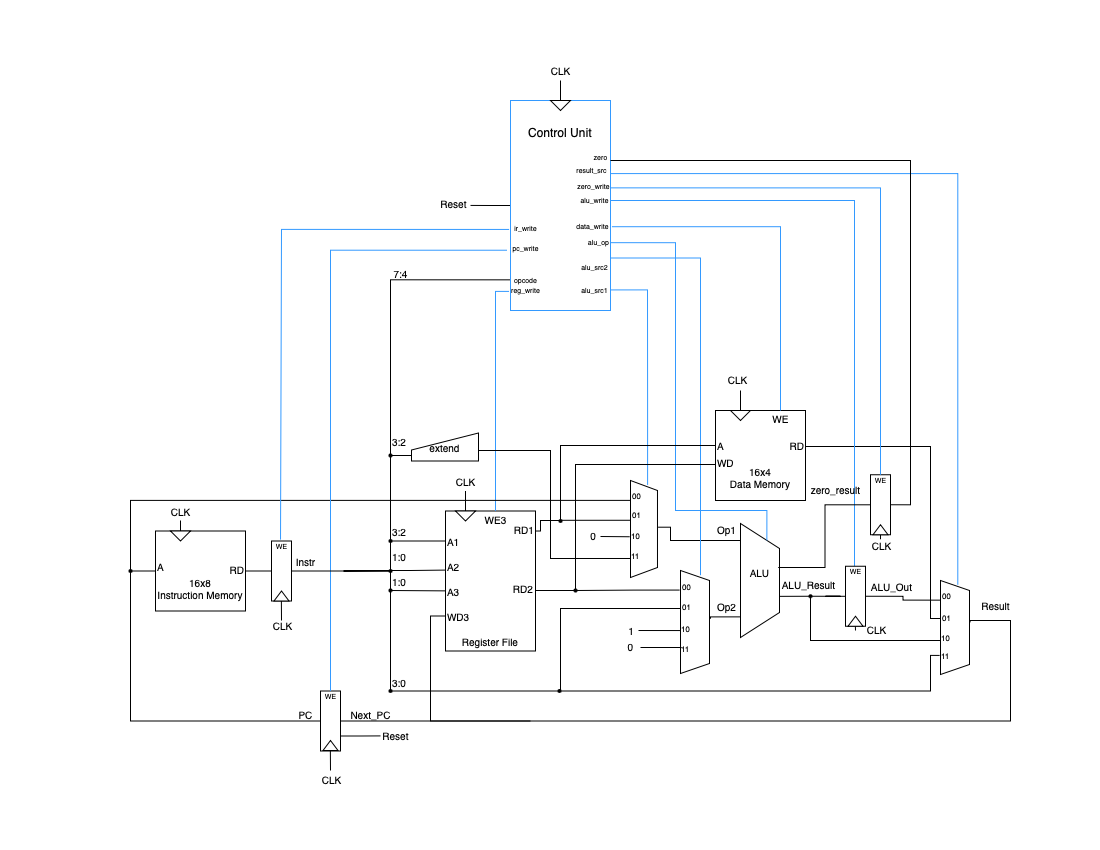
Before: doc/cpu_block.png, a diagram exported from draw.io (mykhani/system-verilog-processor-design). Source tidied: cells renumbered, new cells last; positions are measured from the earlier drawing's top-left corner, leaving out a move shared by most shapes.
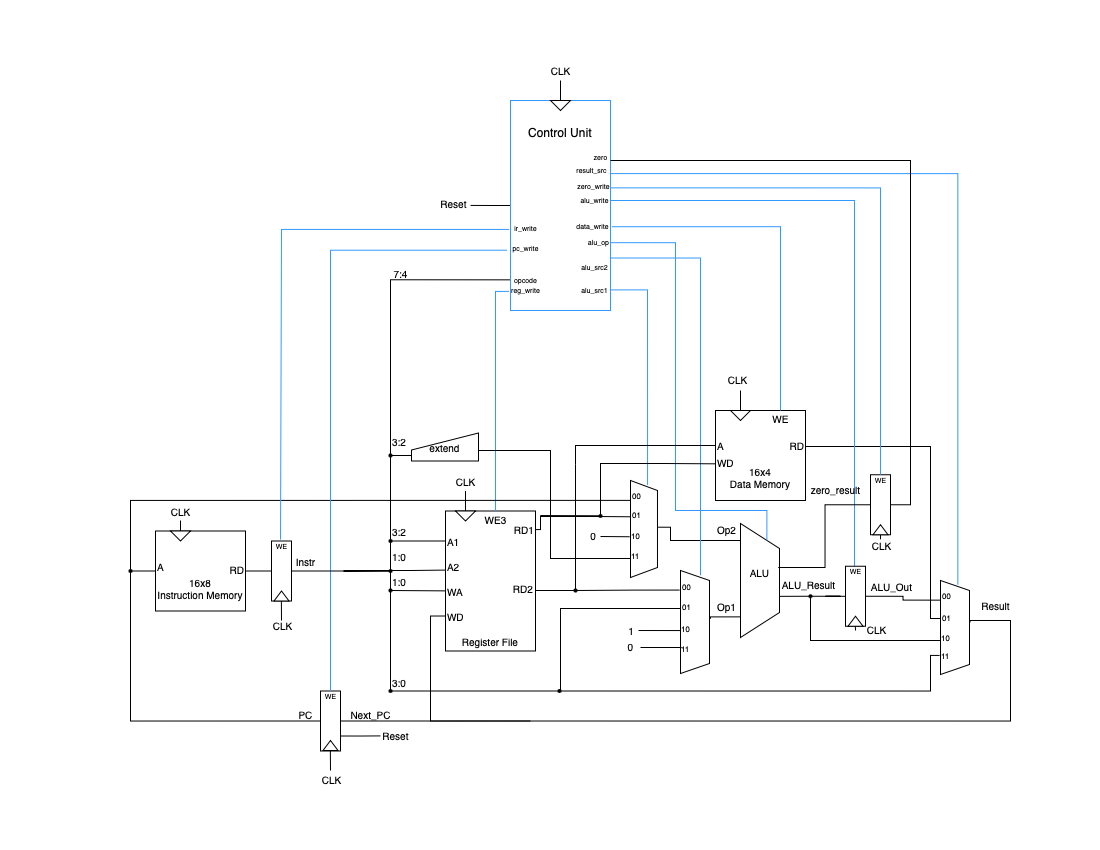
The same file after the commit.

Change to the diagram source:
```diff
@@ -59,7 +59,7 @@
         <mxPoint x="270" y="540.5" as="targetPoint" />
       </mxGeometry>
     </mxCell>
-    <mxCell id="17" value="&lt;font style=&quot;font-size: 10px;&quot;&gt;A3&lt;/font&gt;" style="text;html=1;align=left;verticalAlign=middle;points=[];strokeColor=none;fillColor=none;fontSize=10;spacingBottom=0;" parent="1" vertex="1">
+    <mxCell id="17" value="&lt;font style=&quot;font-size: 10px;&quot;&gt;WA&lt;/font&gt;" style="text;html=1;align=left;verticalAlign=middle;points=[];strokeColor=none;fillColor=none;fontSize=10;spacingBottom=0;" parent="1" vertex="1">
       <mxGeometry x="325" y="530.5" width="40" height="20" as="geometry" />
     </mxCell>
     <mxCell id="18" value="&lt;font style=&quot;font-size: 10px;&quot;&gt;RD2&lt;/font&gt;" style="text;html=1;align=right;verticalAlign=middle;strokeColor=none;fillColor=none;fontSize=10;spacingBottom=0;" parent="1" vertex="1">
@@ -76,8 +76,8 @@
     <mxCell id="21" value="RD1" style="text;html=1;align=right;verticalAlign=middle;points=[];strokeColor=none;fillColor=none;fontSize=10;spacingBottom=0;spacingLeft=0;spacing=2;" parent="1" vertex="1">
       <mxGeometry x="375" y="469" width="40" height="20" as="geometry" />
     </mxCell>
-    <mxCell id="22" value="&lt;font style=&quot;font-size: 10px;&quot;&gt;WD3&lt;/font&gt;" style="text;html=1;align=left;verticalAlign=middle;strokeColor=none;fillColor=none;fontSize=10;spacingBottom=0;" parent="1" vertex="1">
-      <mxGeometry x="325" y="555.5" width="50" height="20" as="geometry" />
+    <mxCell id="22" value="&lt;font style=&quot;font-size: 10px;&quot;&gt;WD&lt;/font&gt;" style="text;html=1;align=left;verticalAlign=middle;strokeColor=none;fillColor=none;fontSize=10;spacingBottom=0;" parent="1" vertex="1">
+      <mxGeometry x="325" y="555.5" width="40" height="20" as="geometry" />
     </mxCell>
     <mxCell id="23" style="triangle;whiteSpace=wrap;html=1;rotation=90;" parent="1" vertex="1">
       <mxGeometry x="340" y="455.5" width="10" height="20" as="geometry" />
@@ -118,14 +118,13 @@
     <mxCell id="33" value="ALU_Result" style="text;html=1;align=center;verticalAlign=middle;strokeColor=none;fillColor=none;fontSize=10;spacing=0;spacingLeft=-9;" parent="29" vertex="1">
       <mxGeometry x="42" y="51" width="60" height="20" as="geometry" />
     </mxCell>
-    <mxCell id="34" value="&lt;font style=&quot;font-size: 10px;&quot;&gt;Op1&lt;/font&gt;" style="text;html=1;align=center;verticalAlign=bottom;strokeColor=none;fillColor=none;spacingBottom=0;fontSize=10;spacing=0;spacingTop=-3;spacingLeft=-4;spacingRight=-6;" parent="1" vertex="1">
+    <mxCell id="34" value="&lt;font style=&quot;font-size: 10px;&quot;&gt;Op2&lt;/font&gt;" style="text;html=1;align=center;verticalAlign=bottom;strokeColor=none;fillColor=none;spacingBottom=0;fontSize=10;spacing=0;spacingTop=-3;spacingLeft=-4;spacingRight=-6;" parent="1" vertex="1">
       <mxGeometry x="595" y="475.5" width="20" height="10" as="geometry" />
     </mxCell>
-    <mxCell id="35" style="edgeStyle=orthogonalEdgeStyle;rounded=0;jettySize=auto;html=1;endArrow=none;endFill=0;entryX=0.41;entryY=1.004;entryDx=0;entryDy=0;entryPerimeter=0;exitX=0.487;exitY=-0.01;exitDx=0;exitDy=0;exitPerimeter=0;" parent="1" edge="1" source="153" target="105">
+    <mxCell id="35" style="edgeStyle=orthogonalEdgeStyle;rounded=0;jettySize=auto;html=1;endArrow=none;endFill=0;entryX=0.374;entryY=1.004;entryDx=0;entryDy=0;entryPerimeter=0;exitDx=0;exitDy=0;exitPerimeter=0;" parent="1" edge="1" source="170" target="105">
       <mxGeometry relative="1" as="geometry">
         <Array as="points">
-          <mxPoint x="440" y="470" />
-          <mxPoint x="510" y="470" />
+          <mxPoint x="420" y="466" />
         </Array>
       </mxGeometry>
     </mxCell>
@@ -231,7 +230,7 @@
         </Array>
       </mxGeometry>
     </mxCell>
-    <mxCell id="58" value="&lt;font style=&quot;font-size: 10px;&quot;&gt;Op2&lt;/font&gt;" style="text;html=1;align=center;verticalAlign=bottom;strokeColor=none;fillColor=none;spacingBottom=0;fontSize=10;spacing=0;spacingTop=-3;spacingLeft=-4;spacingRight=-6;" parent="1" vertex="1">
+    <mxCell id="58" value="&lt;font style=&quot;font-size: 10px;&quot;&gt;Op1&lt;/font&gt;" style="text;html=1;align=center;verticalAlign=bottom;strokeColor=none;fillColor=none;spacingBottom=0;fontSize=10;spacing=0;spacingTop=-3;spacingLeft=-4;spacingRight=-6;" parent="1" vertex="1">
       <mxGeometry x="595" y="553" width="20" height="10" as="geometry" />
     </mxCell>
     <mxCell id="59" style="edgeStyle=orthogonalEdgeStyle;rounded=0;jettySize=auto;html=1;entryX=1.002;entryY=0.572;entryDx=0;entryDy=0;entryPerimeter=0;endArrow=none;endFill=0;exitDx=0;exitDy=0;" parent="1" edge="1" source="144" target="12">
@@ -274,21 +273,12 @@
     <mxCell id="68" value="&lt;div&gt;&lt;font style=&quot;font-size: 10px;&quot;&gt;CLK&lt;/font&gt;&lt;/div&gt;" style="text;html=1;align=center;verticalAlign=middle;strokeColor=none;fillColor=none;spacing=0;spacingTop=-3;spacingBottom=0;labelBorderColor=none;spacingLeft=-3;spacingRight=-5;" parent="1" vertex="1">
       <mxGeometry x="600.8" y="320" width="30" height="20" as="geometry" />
     </mxCell>
-    <mxCell id="69" style="edgeStyle=orthogonalEdgeStyle;rounded=0;jettySize=auto;html=1;endArrow=none;endFill=0;" parent="1" edge="1" source="153">
+    <mxCell id="69" style="edgeStyle=orthogonalEdgeStyle;rounded=0;orthogonalLoop=1;jettySize=auto;html=1;endArrow=none;endFill=0;" parent="1" edge="1">
       <mxGeometry relative="1" as="geometry">
+        <mxPoint x="440" y="470.5" as="sourcePoint" />
         <mxPoint x="440" y="470" as="targetPoint" />
       </mxGeometry>
     </mxCell>
-    <mxCell id="70" style="edgeStyle=orthogonalEdgeStyle;rounded=0;jettySize=auto;html=1;entryX=1.007;entryY=0.576;entryDx=0;entryDy=0;entryPerimeter=0;endArrow=none;endFill=0;" parent="1" edge="1" target="21">
-      <mxGeometry relative="1" as="geometry">
-        <mxPoint x="440" y="460" as="sourcePoint" />
-        <Array as="points">
-          <mxPoint x="440" y="470" />
-          <mxPoint x="420" y="470" />
-          <mxPoint x="420" y="481" />
-        </Array>
-      </mxGeometry>
-    </mxCell>
     <mxCell id="71" value="&lt;font style=&quot;font-size: 10px;&quot;&gt;WE&lt;/font&gt;" style="text;html=1;align=center;verticalAlign=top;strokeColor=none;fillColor=none;fontSize=10;spacingBottom=0;spacing=2;horizontal=1;labelPosition=center;verticalLabelPosition=middle;spacingTop=-4;" parent="1" vertex="1">
       <mxGeometry x="640" y="360" width="40" height="20" as="geometry" />
     </mxCell>
@@ -590,13 +580,6 @@
         </Array>
       </mxGeometry>
     </mxCell>
-    <mxCell id="143" style="edgeStyle=orthogonalEdgeStyle;rounded=0;jettySize=auto;html=1;entryX=0;entryY=0.673;entryDx=0;entryDy=0;entryPerimeter=0;endArrow=none;endFill=0;" parent="1" edge="1" source="144" target="62">
-      <mxGeometry relative="1" as="geometry">
-        <Array as="points">
-          <mxPoint x="455" y="414" />
-        </Array>
-      </mxGeometry>
-    </mxCell>
     <mxCell id="144" style="shape=waypoint;sketch=0;fillStyle=solid;size=6;points=[];fillColor=none;perimeter=centerPerimeter;snapToPoint=1;strokeWidth=0;" parent="1" vertex="1">
       <mxGeometry x="445" y="530" width="20" height="20" as="geometry" />
     </mxCell>
@@ -626,12 +609,14 @@
         </Array>
       </mxGeometry>
     </mxCell>
-    <mxCell id="152" style="edgeStyle=orthogonalEdgeStyle;rounded=0;jettySize=auto;html=1;endArrow=none;endFill=0;" parent="1" edge="1" source="63" target="153">
-      <mxGeometry relative="1" as="geometry" />
+    <mxCell id="152" style="edgeStyle=orthogonalEdgeStyle;rounded=0;jettySize=auto;html=1;endArrow=none;endFill=0;" parent="1" edge="1" source="63">
+      <mxGeometry relative="1" as="geometry">
+        <mxPoint x="455" y="414.2" as="targetPoint" />
+        <Array as="points">
+          <mxPoint x="455" y="395" />
+        </Array>
+      </mxGeometry>
     </mxCell>
-    <mxCell id="153" style="shape=waypoint;sketch=0;fillStyle=solid;size=6;points=[];fillColor=none;perimeter=centerPerimeter;snapToPoint=1;strokeWidth=0;" parent="1" vertex="1">
-      <mxGeometry x="430" y="460.5" width="20" height="20" as="geometry" />
-    </mxCell>
     <mxCell id="154" value="&lt;font style=&quot;font-size: 10px;&quot;&gt;0&lt;/font&gt;" style="text;html=1;align=center;verticalAlign=middle;strokeColor=none;fillColor=none;" parent="1" vertex="1">
       <mxGeometry x="495" y="581" width="30" height="30" as="geometry" />
     </mxCell>
@@ -692,5 +677,28 @@
     <mxCell id="167" style="shape=waypoint;sketch=0;fillStyle=solid;size=6;points=[];fillColor=none;perimeter=centerPerimeter;snapToPoint=1;strokeWidth=0;" parent="1" vertex="1">
       <mxGeometry x="429" y="630.5" width="20" height="20" as="geometry" />
     </mxCell>
+    <mxCell id="168" style="edgeStyle=orthogonalEdgeStyle;rounded=0;jettySize=auto;html=1;entryDx=0;entryDy=0;entryPerimeter=0;endArrow=none;endFill=0;" parent="1" edge="1" source="144">
+      <mxGeometry relative="1" as="geometry">
+        <mxPoint x="455" y="414.2" as="targetPoint" />
+      </mxGeometry>
+    </mxCell>
+    <mxCell id="169" style="edgeStyle=orthogonalEdgeStyle;rounded=0;jettySize=auto;html=1;endArrow=none;endFill=0;entryDx=0;entryDy=0;entryPerimeter=0;exitX=1.009;exitY=0.503;exitDx=0;exitDy=0;exitPerimeter=0;" parent="1" edge="1" source="21" target="170">
+      <mxGeometry relative="1" as="geometry">
+        <Array as="points">
+          <mxPoint x="420" y="479" />
+        </Array>
+      </mxGeometry>
+    </mxCell>
+    <mxCell id="170" style="shape=waypoint;sketch=0;fillStyle=solid;size=6;points=[];fillColor=none;perimeter=centerPerimeter;snapToPoint=1;strokeWidth=0;" parent="1" vertex="1">
+      <mxGeometry x="470" y="455.5" width="20" height="20" as="geometry" />
+    </mxCell>
+    <mxCell id="171" style="edgeStyle=orthogonalEdgeStyle;rounded=0;jettySize=auto;html=1;entryX=-0.012;entryY=0.544;entryDx=0;entryDy=0;entryPerimeter=0;endArrow=none;endFill=0;" parent="1" edge="1" source="170" target="145">
+      <mxGeometry relative="1" as="geometry">
+        <Array as="points">
+          <mxPoint x="480" y="413" />
+          <mxPoint x="543" y="413" />
+        </Array>
+      </mxGeometry>
+    </mxCell>
   </root>
 </mxGraphModel>
```
